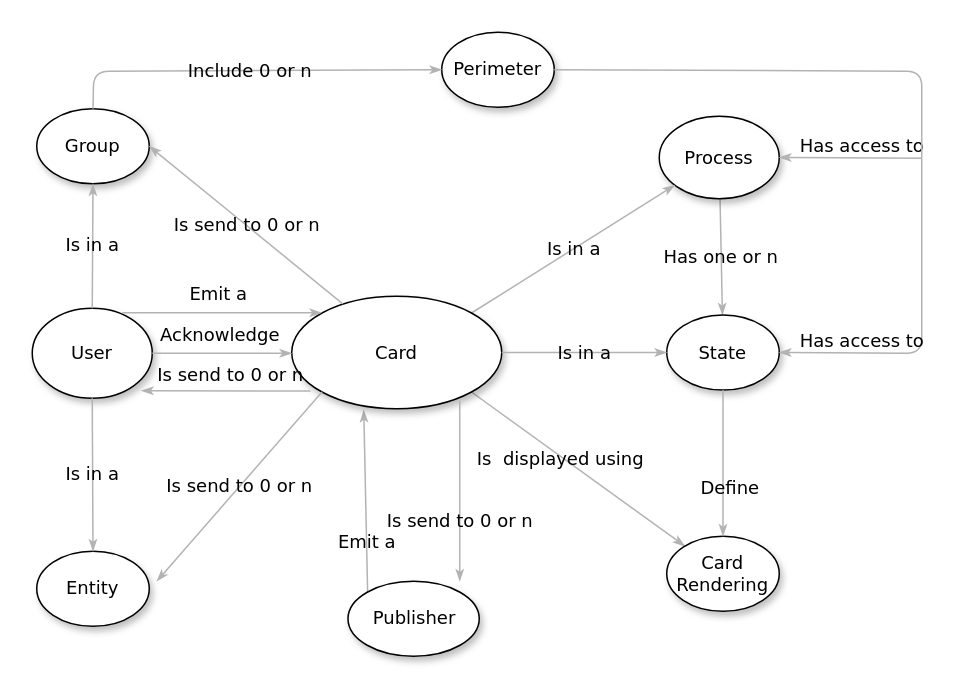
Before: src/docs/asciidoc/images/BusinessObjects.drawio in opfab/operatorfabric-core, a draw.io diagram. Source tidied: cells renumbered, new cells numbered last; positions are measured from the earlier drawing's top-left corner, leaving out a move shared by most shapes. Both pictures are drawn from the tidied source at 150%, with x=0, y=0 at pixel (32, 32).
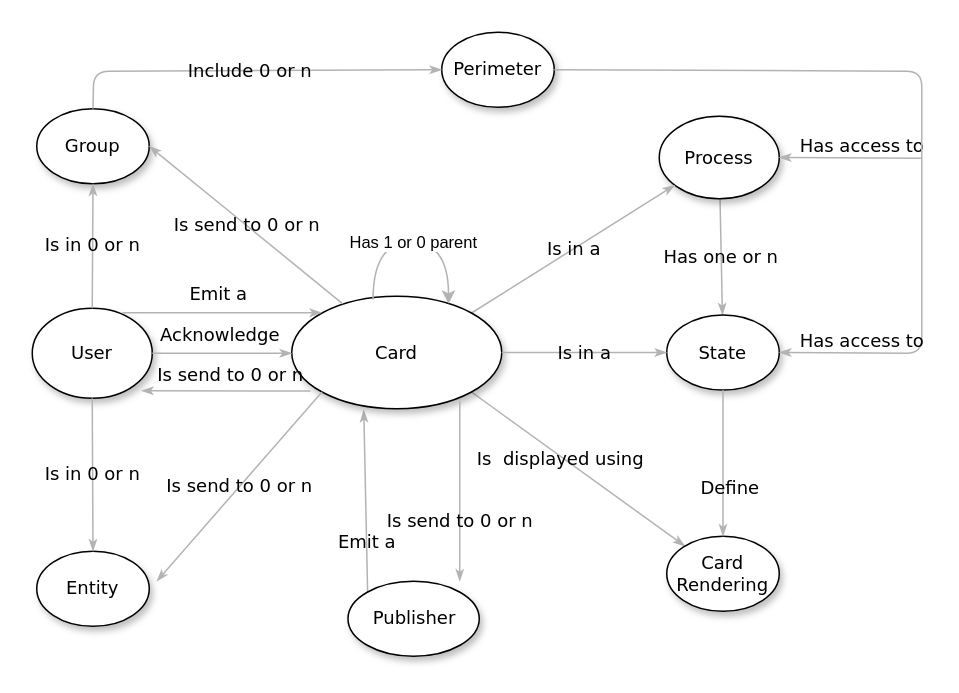
After the change.

Unchanged cells that the change refers to:
```xml
<mxCell id="10" value="Card " style="ellipse;whiteSpace=wrap;html=1;rounded=0;shadow=1;comic=0;labelBackgroundColor=none;strokeWidth=1;fontFamily=Verdana;fontSize=12;align=center;" parent="1" vertex="1">
  <mxGeometry x="173" y="176" width="140" height="75" as="geometry" />
</mxCell>
<mxCell id="12" value="User" style="ellipse;whiteSpace=wrap;html=1;rounded=0;shadow=1;comic=0;labelBackgroundColor=none;strokeWidth=1;fontFamily=Verdana;fontSize=12;align=center;" parent="1" vertex="1">
  <mxGeometry y="184" width="80" height="60" as="geometry" />
</mxCell>
<mxCell id="13" value="Group" style="ellipse;whiteSpace=wrap;html=1;rounded=0;shadow=1;comic=0;labelBackgroundColor=none;strokeWidth=1;fontFamily=Verdana;fontSize=12;align=center;" parent="1" vertex="1">
  <mxGeometry x="3" y="51" width="75" height="50" as="geometry" />
</mxCell>
<mxCell id="18" value="Entity" style="ellipse;whiteSpace=wrap;html=1;rounded=0;shadow=1;comic=0;labelBackgroundColor=none;strokeWidth=1;fontFamily=Verdana;fontSize=12;align=center;" parent="1" vertex="1">
  <mxGeometry x="3" y="346" width="75" height="50" as="geometry" />
</mxCell>
```

The edit, as a diff of the source:
```diff
@@
-    <mxCell id="14" value="Is in a " style="edgeStyle=none;rounded=1;html=1;labelBackgroundColor=none;startArrow=none;startFill=0;startSize=5;endArrow=classicThin;endFill=1;endSize=5;jettySize=auto;strokeColor=#B3B3B3;strokeWidth=1;fontFamily=Verdana;fontSize=12;exitX=0.5;exitY=0;exitDx=0;exitDy=0;" parent="1" edge="1" source="12" target="13">
+    <mxCell id="14" value="Is in 0 or n " style="edgeStyle=none;rounded=1;html=1;labelBackgroundColor=none;startArrow=none;startFill=0;startSize=5;endArrow=classicThin;endFill=1;endSize=5;jettySize=auto;strokeColor=#B3B3B3;strokeWidth=1;fontFamily=Verdana;fontSize=12;exitX=0.5;exitY=0;exitDx=0;exitDy=0;" parent="1" edge="1" source="12" target="13">
       <mxGeometry relative="1" as="geometry" />
     </mxCell>
@@
-    <mxCell id="20" value="Is in a " style="edgeStyle=none;rounded=1;html=1;labelBackgroundColor=none;startArrow=none;startFill=0;startSize=5;endArrow=classicThin;endFill=1;endSize=5;jettySize=auto;strokeColor=#B3B3B3;strokeWidth=1;fontFamily=Verdana;fontSize=12;exitX=0.5;exitY=1;exitDx=0;exitDy=0;entryX=0.5;entryY=0;entryDx=0;entryDy=0;" parent="1" edge="1" source="12" target="18">
+    <mxCell id="20" value="Is in 0 or n " style="edgeStyle=none;rounded=1;html=1;labelBackgroundColor=none;startArrow=none;startFill=0;startSize=5;endArrow=classicThin;endFill=1;endSize=5;jettySize=auto;strokeColor=#B3B3B3;strokeWidth=1;fontFamily=Verdana;fontSize=12;exitX=0.5;exitY=1;exitDx=0;exitDy=0;entryX=0.5;entryY=0;entryDx=0;entryDy=0;" parent="1" edge="1" source="12" target="18">
       <mxGeometry relative="1" as="geometry" />
     </mxCell>
@@
+    <mxCell id="29" value="Has 1 or 0 parent" style="endArrow=classic;html=1;edgeStyle=orthogonalEdgeStyle;curved=1;entryX=1;entryY=0;entryDx=0;entryDy=0;exitX=0.387;exitY=0.032;exitDx=0;exitDy=0;exitPerimeter=0;strokeColor=#B3B3B3;" parent="1" edge="1" source="10">
+      <mxGeometry relative="1" as="geometry">
+        <mxPoint x="277.5" y="181" as="targetPoint" />
+        <Array as="points">
+          <mxPoint x="227" y="140" />
+          <mxPoint x="278" y="140" />
+          <mxPoint x="278" y="181" />
+        </Array>
+      </mxGeometry>
+    </mxCell>
```
